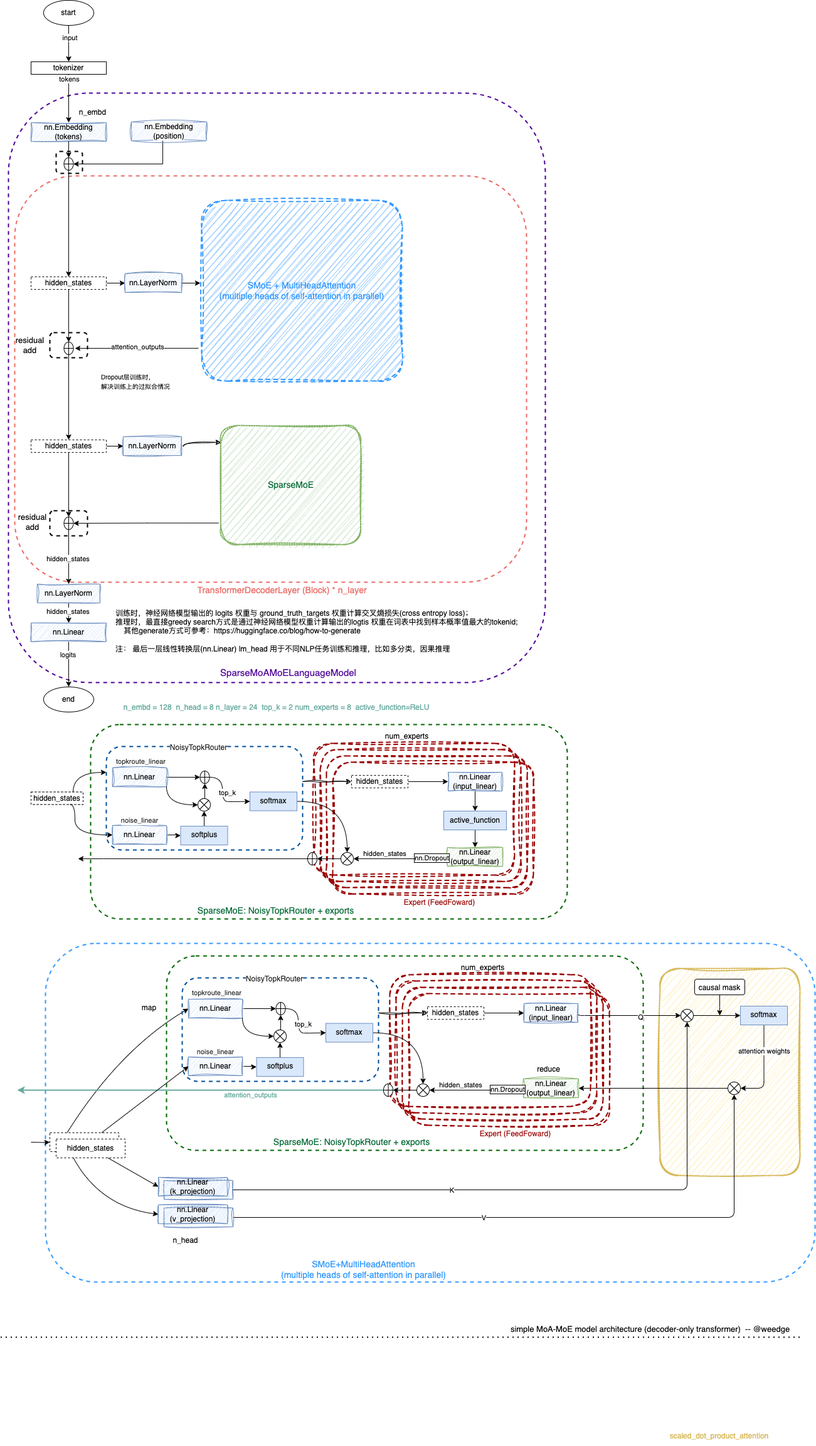
The draw.io diagram docs/simple-moa-moe.drawio.png in ai-bot-pro/baby-llm, before a commit. Source tidied: cells renumbered, new cells last; positions are measured from the earlier drawing's top-left corner, leaving out a move shared by most shapes.
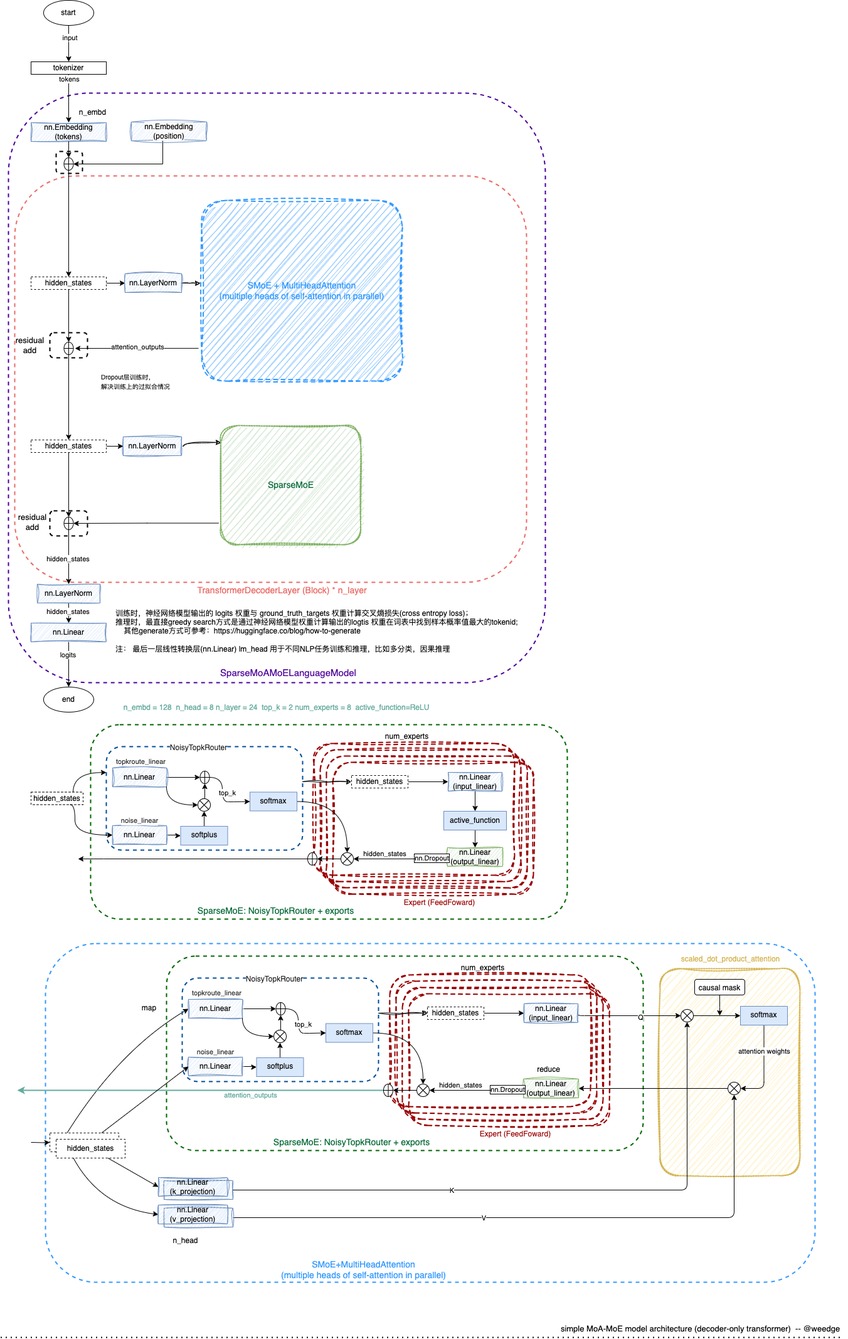
After the change.

Diff of the diagram source:
```diff
@@ -72,7 +72,7 @@
     <mxCell id="23" value="nn.Linear" style="whiteSpace=wrap;html=1;strokeWidth=1;sketch=1;curveFitting=1;jiggle=2;fillColor=#dae8fc;strokeColor=#6c8ebf;" parent="1" vertex="1">
       <mxGeometry x="48" y="993" width="120" height="30" as="geometry" />
     </mxCell>
-    <mxCell id="24" style="edgeStyle=orthogonalEdgeStyle;rounded=0;jettySize=auto;html=1;" parent="1" edge="1" source="25">
+    <mxCell id="24" style="edgeStyle=orthogonalEdgeStyle;rounded=0;jettySize=auto;html=1;sketch=1;curveFitting=1;jiggle=2;" parent="1" edge="1" source="25">
       <mxGeometry relative="1" as="geometry">
         <mxPoint x="318" y="451" as="targetPoint" />
       </mxGeometry>
@@ -164,11 +164,11 @@
     <mxCell id="49" style="endArrow=none;dashed=1;html=1;dashPattern=1 3;strokeWidth=2;rounded=0;" parent="1" edge="1">
       <mxGeometry relative="1" as="geometry">
         <mxPoint x="-0.5" y="2132" as="sourcePoint" />
-        <mxPoint x="1278" y="2132" as="targetPoint" />
+        <mxPoint x="1338" y="2132" as="targetPoint" />
       </mxGeometry>
     </mxCell>
     <mxCell id="50" value="&lt;font style=&quot;font-size: 13px;&quot;&gt;simple MoA-MoE model architecture (decoder-only transformer)&amp;nbsp; -- @weedge&lt;/font&gt;" style="text;html=1;align=center;verticalAlign=middle;strokeColor=none;fillColor=none;" parent="1" vertex="1">
-      <mxGeometry x="800" y="2104" width="470" height="30" as="geometry" />
+      <mxGeometry x="880" y="2103" width="470" height="30" as="geometry" />
     </mxCell>
     <mxCell id="51" value="训练时，神经网络模型输出的 logits 权重与 ground_truth_targets 权重计算交叉熵损失(cross entropy loss)；&lt;br&gt;推理时，最直接greedy search方式是通过神经网络模型权重计算输出的logtis 权重在词表中找到样本概率值最大的tokenid;&lt;br&gt;&lt;span style=&quot;&quot;&gt;&lt;span style=&quot;white-space: pre;&quot;&gt;&amp;nbsp;&amp;nbsp;&amp;nbsp;&amp;nbsp;其他generate方式可&lt;/span&gt;&lt;/span&gt;参考：https://huggingface.co/blog/how-to-generate&lt;div&gt;&lt;br&gt;&lt;/div&gt;&lt;div&gt;注： 最后一层线性转换层(nn.Linear) lm_head 用于不同NLP任务训练和推理，比如多分类，因果推理&lt;/div&gt;" style="text;html=1;align=left;verticalAlign=middle;strokeColor=none;fillColor=none;" parent="1" vertex="1">
       <mxGeometry x="181" y="961" width="660" height="90" as="geometry" />
@@ -457,7 +457,7 @@
       <mxGeometry x="251" y="1921" width="110" height="30" as="geometry" />
     </mxCell>
     <mxCell id="125" value="&lt;font color=&quot;#d6b656&quot;&gt;scaled_dot_product_attention&lt;/font&gt;" style="text;html=1;align=center;verticalAlign=middle;strokeColor=none;fillColor=none;" parent="1" vertex="1">
-      <mxGeometry x="1054.5" y="2275" width="180" height="30" as="geometry" />
+      <mxGeometry x="1072.5" y="1514" width="180" height="30" as="geometry" />
     </mxCell>
     <mxCell id="126" value="&lt;font style=&quot;font-size: 14px;&quot; color=&quot;#3399ff&quot;&gt;SMoE+MultiHeadAttention&lt;br&gt;&lt;span style=&quot;&quot;&gt;(multiple heads of self-attention in parallel)&lt;/span&gt;&lt;/font&gt;" style="text;html=1;align=center;verticalAlign=middle;strokeColor=none;fillColor=none;" parent="1" vertex="1">
       <mxGeometry x="433" y="1999" width="290" height="50" as="geometry" />
```
